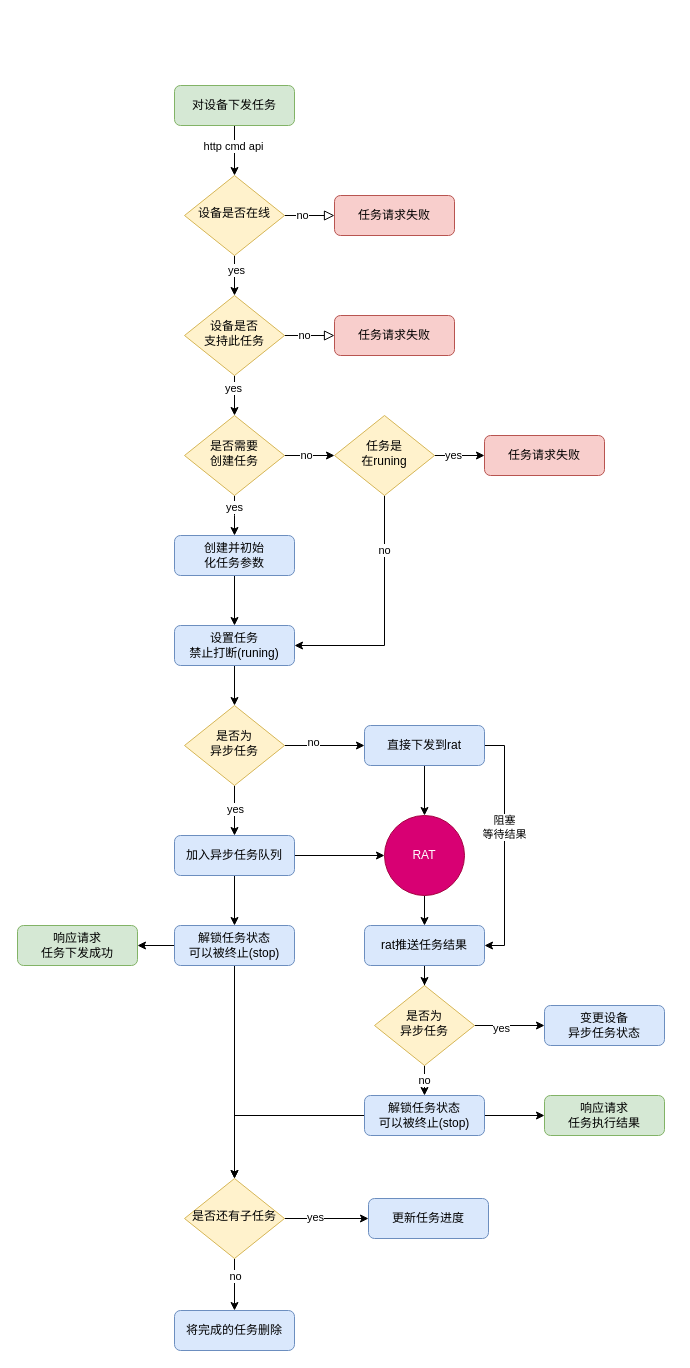
HeisenbergV/node keeps this draw.io diagram as draw/work/任务流程.drawio. Above is the earlier version. Source tidied: cells renumbered, new cells numbered last; positions are measured from the earlier drawing's top-left corner, leaving out a move shared by most shapes. Both pictures are drawn from the tidied source at 100%, with x=0, y=0 at pixel (17, 85).
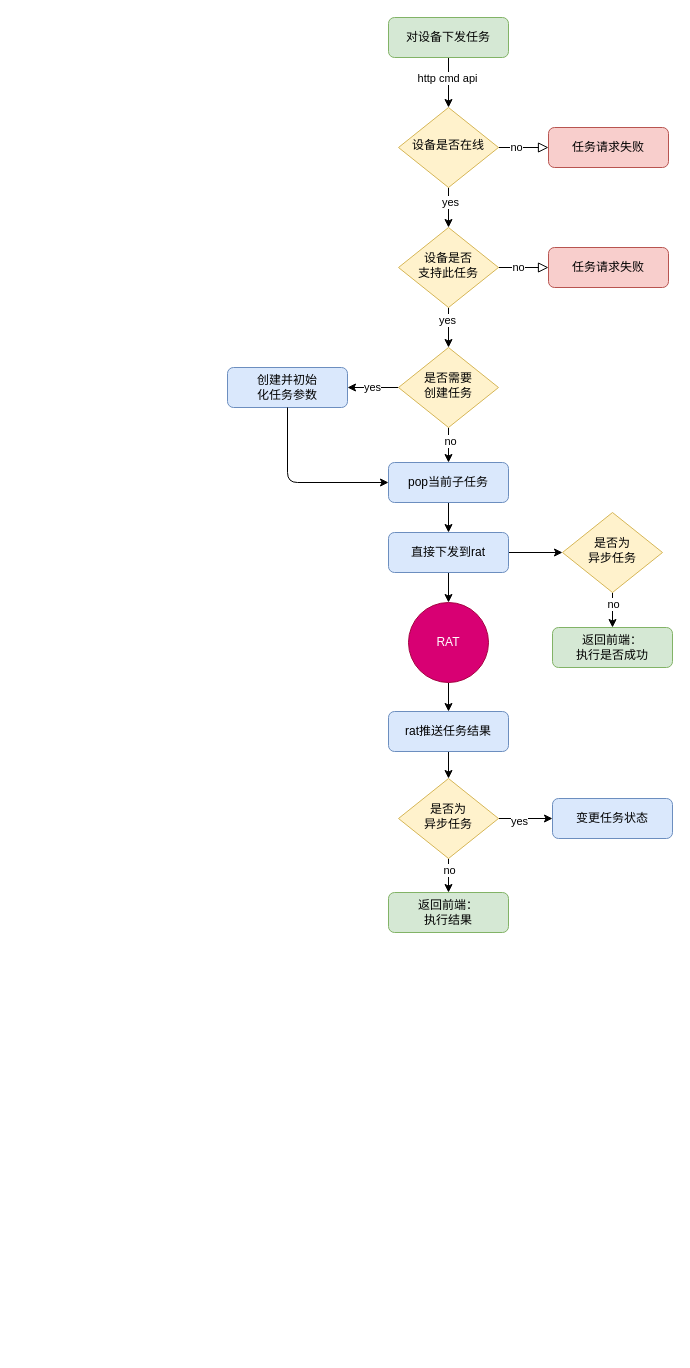
The same page after the edit.

Commit message:
更新任务流程.drawio

The edit, as a diff of the source:
```diff
@@
     <mxCell id="4" value="对设备下发任务" style="rounded=1;whiteSpace=wrap;html=1;fontSize=12;glass=0;strokeWidth=1;shadow=0;fillColor=#d5e8d4;strokeColor=#82b366;" parent="1" vertex="1">
-      <mxGeometry x="157" width="120" height="40" as="geometry" />
+      <mxGeometry x="371" y="-68" width="120" height="40" as="geometry" />
     </mxCell>
@@
     <mxCell id="9" value="设备是否在线" style="rhombus;whiteSpace=wrap;html=1;shadow=0;fontFamily=Helvetica;fontSize=12;align=center;strokeWidth=1;spacing=6;spacingTop=-4;fillColor=#fff2cc;strokeColor=#d6b656;" parent="1" vertex="1">
-      <mxGeometry x="167" y="90" width="100" height="80" as="geometry" />
+      <mxGeometry x="381" y="22" width="100" height="80" as="geometry" />
     </mxCell>
     <mxCell id="10" value="任务请求失败" style="rounded=1;whiteSpace=wrap;html=1;fontSize=12;glass=0;strokeWidth=1;shadow=0;fillColor=#f8cecc;strokeColor=#b85450;" parent="1" vertex="1">
-      <mxGeometry x="317" y="110" width="120" height="40" as="geometry" />
+      <mxGeometry x="531" y="42" width="120" height="40" as="geometry" />
     </mxCell>
@@
     <mxCell id="15" value="设备是否&lt;br&gt;支持此任务" style="rhombus;whiteSpace=wrap;html=1;shadow=0;fontFamily=Helvetica;fontSize=12;align=center;strokeWidth=1;spacing=6;spacingTop=-4;fillColor=#fff2cc;strokeColor=#d6b656;" parent="1" vertex="1">
-      <mxGeometry x="167" y="210" width="100" height="80" as="geometry" />
+      <mxGeometry x="381" y="142" width="100" height="80" as="geometry" />
     </mxCell>
     <mxCell id="16" value="任务请求失败" style="rounded=1;whiteSpace=wrap;html=1;fontSize=12;glass=0;strokeWidth=1;shadow=0;fillColor=#f8cecc;strokeColor=#b85450;" parent="1" vertex="1">
-      <mxGeometry x="317" y="230" width="120" height="40" as="geometry" />
+      <mxGeometry x="531" y="162" width="120" height="40" as="geometry" />
     </mxCell>
-    <mxCell id="17" style="edgeStyle=orthogonalEdgeStyle;rounded=0;jettySize=auto;html=1;" parent="1" edge="1" source="21">
-      <mxGeometry relative="1" as="geometry">
-        <mxPoint x="317" y="370" as="targetPoint" />
-      </mxGeometry>
-    </mxCell>
-    <mxCell id="18" value="no" style="edgeLabel;html=1;align=center;verticalAlign=middle;" parent="17" vertex="1">
-      <mxGeometry x="-0.16" y="1" relative="1" as="geometry" />
-    </mxCell>
-    <mxCell id="19" style="edgeStyle=orthogonalEdgeStyle;rounded=0;jettySize=auto;html=1;entryX=0.5;entryY=0;entryDx=0;entryDy=0;" parent="1" edge="1" source="21">
-      <mxGeometry relative="1" as="geometry">
-        <mxPoint x="217" y="450" as="targetPoint" />
-      </mxGeometry>
-    </mxCell>
-    <mxCell id="20" value="yes" style="edgeLabel;html=1;align=center;verticalAlign=middle;" parent="19" vertex="1">
-      <mxGeometry x="-0.45" y="-1" relative="1" as="geometry" />
-    </mxCell>
+    <mxCell id="68" style="edgeStyle=orthogonalEdgeStyle;rounded=0;jettySize=auto;html=1;entryX=0.5;entryY=0;entryDx=0;entryDy=0;" parent="1" edge="1" source="21" target="66">
+      <mxGeometry relative="1" as="geometry" />
+    </mxCell>
+    <mxCell id="69" value="no" style="edgeLabel;html=1;align=center;verticalAlign=middle;" parent="68" vertex="1">
+      <mxGeometry x="-0.42" y="1" relative="1" as="geometry" />
+    </mxCell>
+    <mxCell id="70" value="yes" style="edgeStyle=orthogonalEdgeStyle;rounded=0;jettySize=auto;html=1;entryX=1;entryY=0.5;entryDx=0;entryDy=0;" parent="1" edge="1" source="21" target="29">
+      <mxGeometry relative="1" as="geometry" />
+    </mxCell>
     <mxCell id="21" value="是否需要&lt;br&gt;创建任务" style="rhombus;whiteSpace=wrap;html=1;shadow=0;fontFamily=Helvetica;fontSize=12;align=center;strokeWidth=1;spacing=6;spacingTop=-4;fillColor=#fff2cc;strokeColor=#d6b656;" parent="1" vertex="1">
-      <mxGeometry x="167" y="330" width="100" height="80" as="geometry" />
+      <mxGeometry x="381" y="262" width="100" height="80" as="geometry" />
     </mxCell>
-    <mxCell id="22" style="edgeStyle=orthogonalEdgeStyle;rounded=0;jettySize=auto;html=1;" parent="1" edge="1" source="26">
-      <mxGeometry relative="1" as="geometry">
-        <mxPoint x="467" y="370" as="targetPoint" />
-      </mxGeometry>
-    </mxCell>
-    <mxCell id="23" value="yes" style="edgeLabel;html=1;align=center;verticalAlign=middle;" parent="22" vertex="1">
-      <mxGeometry x="-0.28" y="1" relative="1" as="geometry" />
-    </mxCell>
-    <mxCell id="24" style="edgeStyle=orthogonalEdgeStyle;rounded=0;jettySize=auto;html=1;entryX=1;entryY=0.5;entryDx=0;entryDy=0;" parent="1" edge="1" source="26" target="31">
-      <mxGeometry relative="1" as="geometry">
-        <Array as="points">
-          <mxPoint x="367" y="560" />
-        </Array>
-      </mxGeometry>
-    </mxCell>
-    <mxCell id="25" value="no" style="edgeLabel;html=1;align=center;verticalAlign=middle;" parent="24" vertex="1">
-      <mxGeometry x="-0.55" y="-1" relative="1" as="geometry" />
-    </mxCell>
-    <mxCell id="26" value="任务是&lt;br&gt;在runing&lt;br&gt;" style="rhombus;whiteSpace=wrap;html=1;shadow=0;fontFamily=Helvetica;fontSize=12;align=center;strokeWidth=1;spacing=6;spacingTop=-4;fillColor=#fff2cc;strokeColor=#d6b656;" parent="1" vertex="1">
-      <mxGeometry x="317" y="330" width="100" height="80" as="geometry" />
-    </mxCell>
-    <mxCell id="27" value="任务请求失败" style="rounded=1;whiteSpace=wrap;html=1;fontSize=12;glass=0;strokeWidth=1;shadow=0;fillColor=#f8cecc;strokeColor=#b85450;" parent="1" vertex="1">
-      <mxGeometry x="467" y="350" width="120" height="40" as="geometry" />
-    </mxCell>
-    <mxCell id="28" style="edgeStyle=orthogonalEdgeStyle;rounded=0;jettySize=auto;html=1;entryX=0.5;entryY=0;entryDx=0;entryDy=0;" parent="1" edge="1" source="29" target="31">
-      <mxGeometry relative="1" as="geometry" />
-    </mxCell>
     <mxCell id="29" value="创建并初始&lt;br&gt;化任务参数" style="rounded=1;whiteSpace=wrap;html=1;fontSize=12;glass=0;strokeWidth=1;shadow=0;fillColor=#dae8fc;strokeColor=#6c8ebf;" parent="1" vertex="1">
-      <mxGeometry x="157" y="450" width="120" height="40" as="geometry" />
+      <mxGeometry x="210" y="282" width="120" height="40" as="geometry" />
     </mxCell>
-    <mxCell id="30" style="edgeStyle=orthogonalEdgeStyle;rounded=0;jettySize=auto;html=1;entryX=0.5;entryY=0;entryDx=0;entryDy=0;" parent="1" edge="1" source="31" target="43">
-      <mxGeometry relative="1" as="geometry" />
-    </mxCell>
-    <mxCell id="31" value="设置任务&lt;br&gt;禁止打断(runing)" style="rounded=1;whiteSpace=wrap;html=1;fontSize=12;glass=0;strokeWidth=1;shadow=0;fillColor=#dae8fc;strokeColor=#6c8ebf;" parent="1" vertex="1">
-      <mxGeometry x="157" y="540" width="120" height="40" as="geometry" />
-    </mxCell>
-    <mxCell id="32" style="edgeStyle=orthogonalEdgeStyle;rounded=0;jettySize=auto;html=1;entryX=0.5;entryY=0;entryDx=0;entryDy=0;" parent="1" edge="1" source="33" target="55">
+    <mxCell id="32" style="edgeStyle=orthogonalEdgeStyle;rounded=0;jettySize=auto;html=1;" parent="1" edge="1" source="33" target="55">
       <mxGeometry relative="1" as="geometry" />
     </mxCell>
     <mxCell id="33" value="rat推送任务结果" style="rounded=1;whiteSpace=wrap;html=1;fontSize=12;glass=0;strokeWidth=1;shadow=0;fillColor=#dae8fc;strokeColor=#6c8ebf;" parent="1" vertex="1">
-      <mxGeometry x="347" y="840" width="120" height="40" as="geometry" />
+      <mxGeometry x="371" y="626" width="120" height="40" as="geometry" />
     </mxCell>
-    <mxCell id="34" style="edgeStyle=orthogonalEdgeStyle;rounded=0;jettySize=auto;html=1;entryX=0;entryY=0.5;entryDx=0;entryDy=0;" parent="1" edge="1" source="36" target="38">
-      <mxGeometry relative="1" as="geometry" />
-    </mxCell>
-    <mxCell id="35" style="edgeStyle=orthogonalEdgeStyle;rounded=0;jettySize=auto;html=1;entryX=0.5;entryY=0;entryDx=0;entryDy=0;" parent="1" edge="1" source="36" target="51">
-      <mxGeometry relative="1" as="geometry" />
-    </mxCell>
-    <mxCell id="36" value="加入异步任务队列" style="rounded=1;whiteSpace=wrap;html=1;fontSize=12;glass=0;strokeWidth=1;shadow=0;fillColor=#dae8fc;strokeColor=#6c8ebf;" parent="1" vertex="1">
-      <mxGeometry x="157" y="750" width="120" height="40" as="geometry" />
-    </mxCell>
@@
     <mxCell id="38" value="RAT" style="ellipse;whiteSpace=wrap;html=1;fillColor=#d80073;strokeColor=#A50040;fontColor=#ffffff;" parent="1" vertex="1">
-      <mxGeometry x="367" y="730" width="80" height="80" as="geometry" />
+      <mxGeometry x="391" y="517" width="80" height="80" as="geometry" />
     </mxCell>
-    <mxCell id="39" style="edgeStyle=orthogonalEdgeStyle;rounded=0;jettySize=auto;html=1;entryX=0.5;entryY=0;entryDx=0;entryDy=0;" parent="1" edge="1" source="43" target="36">
-      <mxGeometry relative="1" as="geometry" />
-    </mxCell>
-    <mxCell id="40" value="yes" style="edgeLabel;html=1;align=center;verticalAlign=middle;" parent="39" vertex="1">
-      <mxGeometry x="-0.1" relative="1" as="geometry" />
-    </mxCell>
-    <mxCell id="41" style="edgeStyle=orthogonalEdgeStyle;rounded=0;jettySize=auto;html=1;entryX=0;entryY=0.5;entryDx=0;entryDy=0;" parent="1" edge="1" source="43" target="48">
-      <mxGeometry relative="1" as="geometry" />
-    </mxCell>
-    <mxCell id="42" value="no" style="edgeLabel;html=1;align=center;verticalAlign=middle;" parent="41" vertex="1">
-      <mxGeometry x="-0.3" y="4" relative="1" as="geometry" />
-    </mxCell>
-    <mxCell id="43" value="是否为&lt;br&gt;异步任务" style="rhombus;whiteSpace=wrap;html=1;shadow=0;fontFamily=Helvetica;fontSize=12;align=center;strokeWidth=1;spacing=6;spacingTop=-4;fillColor=#fff2cc;strokeColor=#d6b656;" parent="1" vertex="1">
-      <mxGeometry x="167" y="620" width="100" height="80" as="geometry" />
-    </mxCell>
-    <mxCell id="44" value="响应请求&lt;br&gt;任务下发成功" style="rounded=1;whiteSpace=wrap;html=1;fontSize=12;glass=0;strokeWidth=1;shadow=0;fillColor=#d5e8d4;strokeColor=#82b366;" parent="1" vertex="1">
-      <mxGeometry y="840" width="120" height="40" as="geometry" />
+    <mxCell id="44" value="返回前端：&lt;br&gt;执行是否成功" style="rounded=1;whiteSpace=wrap;html=1;fontSize=12;glass=0;strokeWidth=1;shadow=0;fillColor=#d5e8d4;strokeColor=#82b366;" parent="1" vertex="1">
+      <mxGeometry x="535" y="542" width="120" height="40" as="geometry" />
     </mxCell>
@@
-    <mxCell id="46" style="edgeStyle=orthogonalEdgeStyle;rounded=0;jettySize=auto;html=1;entryX=1;entryY=0.5;entryDx=0;entryDy=0;" parent="1" edge="1" source="48" target="33">
-      <mxGeometry relative="1" as="geometry">
-        <Array as="points">
-          <mxPoint x="487" y="660" />
-          <mxPoint x="487" y="860" />
-        </Array>
-      </mxGeometry>
-    </mxCell>
-    <mxCell id="47" value="阻塞&lt;br&gt;等待结果" style="edgeLabel;html=1;align=center;verticalAlign=middle;" parent="46" vertex="1">
-      <mxGeometry x="-0.16" y="-1" relative="1" as="geometry" />
-    </mxCell>
+    <mxCell id="71" style="edgeStyle=orthogonalEdgeStyle;rounded=0;jettySize=auto;html=1;entryX=0;entryY=0.5;entryDx=0;entryDy=0;" parent="1" edge="1" source="48" target="43">
+      <mxGeometry relative="1" as="geometry" />
+    </mxCell>
     <mxCell id="48" value="直接下发到rat" style="rounded=1;whiteSpace=wrap;html=1;fontSize=12;glass=0;strokeWidth=1;shadow=0;fillColor=#dae8fc;strokeColor=#6c8ebf;" parent="1" vertex="1">
-      <mxGeometry x="347" y="640" width="120" height="40" as="geometry" />
+      <mxGeometry x="371" y="447" width="120" height="40" as="geometry" />
     </mxCell>
-    <mxCell id="49" style="edgeStyle=orthogonalEdgeStyle;rounded=0;jettySize=auto;html=1;entryX=1;entryY=0.5;entryDx=0;entryDy=0;" parent="1" edge="1" source="51" target="44">
-      <mxGeometry relative="1" as="geometry" />
-    </mxCell>
-    <mxCell id="50" style="edgeStyle=orthogonalEdgeStyle;rounded=0;jettySize=auto;html=1;entryX=0.5;entryY=0;entryDx=0;entryDy=0;" parent="1" edge="1" source="51" target="65">
-      <mxGeometry relative="1" as="geometry" />
-    </mxCell>
-    <mxCell id="51" value="解锁任务状态&lt;br&gt;可以被终止(stop)" style="rounded=1;whiteSpace=wrap;html=1;fontSize=12;glass=0;strokeWidth=1;shadow=0;fillColor=#dae8fc;strokeColor=#6c8ebf;" parent="1" vertex="1">
-      <mxGeometry x="157" y="840" width="120" height="40" as="geometry" />
-    </mxCell>
-    <mxCell id="52" value="no" style="edgeStyle=orthogonalEdgeStyle;rounded=0;jettySize=auto;html=1;exitX=0.5;exitY=1;exitDx=0;exitDy=0;entryX=0.5;entryY=0;entryDx=0;entryDy=0;" parent="1" edge="1" source="55" target="58">
-      <mxGeometry relative="1" as="geometry" />
-    </mxCell>
@@
+    <mxCell id="72" style="edgeStyle=orthogonalEdgeStyle;rounded=0;jettySize=auto;html=1;exitX=0.5;exitY=1;exitDx=0;exitDy=0;entryX=0.5;entryY=0;entryDx=0;entryDy=0;" parent="1" edge="1" source="55" target="59">
+      <mxGeometry relative="1" as="geometry" />
+    </mxCell>
+    <mxCell id="73" value="no" style="edgeLabel;html=1;align=center;verticalAlign=middle;" parent="72" vertex="1">
+      <mxGeometry x="-0.35" relative="1" as="geometry" />
+    </mxCell>
     <mxCell id="55" value="是否为&lt;br&gt;异步任务" style="rhombus;whiteSpace=wrap;html=1;shadow=0;fontFamily=Helvetica;fontSize=12;align=center;strokeWidth=1;spacing=6;spacingTop=-4;fillColor=#fff2cc;strokeColor=#d6b656;" parent="1" vertex="1">
-      <mxGeometry x="357" y="900" width="100" height="80" as="geometry" />
+      <mxGeometry x="381" y="693" width="100" height="80" as="geometry" />
     </mxCell>
-    <mxCell id="56" style="edgeStyle=orthogonalEdgeStyle;rounded=0;jettySize=auto;html=1;entryX=0;entryY=0.5;entryDx=0;entryDy=0;" parent="1" edge="1" source="58" target="59">
-      <mxGeometry relative="1" as="geometry" />
-    </mxCell>
-    <mxCell id="57" style="edgeStyle=orthogonalEdgeStyle;rounded=0;jettySize=auto;html=1;entryX=0.5;entryY=0;entryDx=0;entryDy=0;" parent="1" edge="1" source="58" target="65">
-      <mxGeometry relative="1" as="geometry" />
-    </mxCell>
-    <mxCell id="58" value="解锁任务状态&lt;br&gt;可以被终止(stop)" style="rounded=1;whiteSpace=wrap;html=1;fontSize=12;glass=0;strokeWidth=1;shadow=0;fillColor=#dae8fc;strokeColor=#6c8ebf;" parent="1" vertex="1">
-      <mxGeometry x="347" y="1010" width="120" height="40" as="geometry" />
-    </mxCell>
-    <mxCell id="59" value="响应请求&lt;br&gt;任务执行结果" style="rounded=1;whiteSpace=wrap;html=1;fontSize=12;glass=0;strokeWidth=1;shadow=0;fillColor=#d5e8d4;strokeColor=#82b366;" parent="1" vertex="1">
-      <mxGeometry x="527" y="1010" width="120" height="40" as="geometry" />
+    <mxCell id="59" value="返回前端：&lt;br&gt;执行结果" style="rounded=1;whiteSpace=wrap;html=1;fontSize=12;glass=0;strokeWidth=1;shadow=0;fillColor=#d5e8d4;strokeColor=#82b366;" parent="1" vertex="1">
+      <mxGeometry x="371" y="807" width="120" height="40" as="geometry" />
     </mxCell>
-    <mxCell id="60" value="变更设备&lt;br&gt;异步任务状态" style="rounded=1;whiteSpace=wrap;html=1;fontSize=12;glass=0;strokeWidth=1;shadow=0;fillColor=#dae8fc;strokeColor=#6c8ebf;" parent="1" vertex="1">
-      <mxGeometry x="527" y="920" width="120" height="40" as="geometry" />
+    <mxCell id="60" value="变更任务状态" style="rounded=1;whiteSpace=wrap;html=1;fontSize=12;glass=0;strokeWidth=1;shadow=0;fillColor=#dae8fc;strokeColor=#6c8ebf;" parent="1" vertex="1">
+      <mxGeometry x="535" y="713" width="120" height="40" as="geometry" />
     </mxCell>
-    <mxCell id="61" style="edgeStyle=orthogonalEdgeStyle;rounded=0;jettySize=auto;html=1;entryX=0;entryY=0.5;entryDx=0;entryDy=0;" parent="1" edge="1" source="65" target="66">
-      <mxGeometry relative="1" as="geometry" />
-    </mxCell>
-    <mxCell id="62" value="yes" style="edgeLabel;html=1;align=center;verticalAlign=middle;" parent="61" vertex="1">
-      <mxGeometry x="-0.29" y="2" relative="1" as="geometry" />
-    </mxCell>
-    <mxCell id="63" style="edgeStyle=orthogonalEdgeStyle;rounded=0;jettySize=auto;html=1;" parent="1" edge="1" source="65" target="67">
-      <mxGeometry relative="1" as="geometry" />
-    </mxCell>
-    <mxCell id="64" value="no" style="edgeLabel;html=1;align=center;verticalAlign=middle;" parent="63" vertex="1">
-      <mxGeometry x="-0.35" relative="1" as="geometry" />
-    </mxCell>
-    <mxCell id="65" value="是否还有子任务" style="rhombus;whiteSpace=wrap;html=1;shadow=0;fontFamily=Helvetica;fontSize=12;align=center;strokeWidth=1;spacing=6;spacingTop=-4;fillColor=#fff2cc;strokeColor=#d6b656;" parent="1" vertex="1">
-      <mxGeometry x="167" y="1093" width="100" height="80" as="geometry" />
-    </mxCell>
+    <mxCell id="74" style="edgeStyle=orthogonalEdgeStyle;rounded=0;jettySize=auto;html=1;entryX=0.5;entryY=0;entryDx=0;entryDy=0;" parent="1" edge="1" source="66" target="48">
+      <mxGeometry relative="1" as="geometry" />
+    </mxCell>
-    <mxCell id="66" value="更新任务进度" style="rounded=1;whiteSpace=wrap;html=1;fontSize=12;glass=0;strokeWidth=1;shadow=0;fillColor=#dae8fc;strokeColor=#6c8ebf;" parent="1" vertex="1">
-      <mxGeometry x="351" y="1113" width="120" height="40" as="geometry" />
+    <mxCell id="66" value="pop当前子任务" style="rounded=1;whiteSpace=wrap;html=1;fontSize=12;glass=0;strokeWidth=1;shadow=0;fillColor=#dae8fc;strokeColor=#6c8ebf;" parent="1" vertex="1">
+      <mxGeometry x="371" y="377" width="120" height="40" as="geometry" />
     </mxCell>
-    <mxCell id="67" value="将完成的任务删除" style="rounded=1;whiteSpace=wrap;html=1;fontSize=12;glass=0;strokeWidth=1;shadow=0;fillColor=#dae8fc;strokeColor=#6c8ebf;" parent="1" vertex="1">
-      <mxGeometry x="157" y="1225" width="120" height="40" as="geometry" />
-    </mxCell>
+    <mxCell id="75" style="edgeStyle=orthogonalEdgeStyle;rounded=0;jettySize=auto;html=1;entryX=0.5;entryY=0;entryDx=0;entryDy=0;" parent="1" edge="1" source="43" target="44">
+      <mxGeometry relative="1" as="geometry" />
+    </mxCell>
+    <mxCell id="76" value="no" style="edgeLabel;html=1;align=center;verticalAlign=middle;" parent="75" vertex="1">
+      <mxGeometry x="-0.51" relative="1" as="geometry" />
+    </mxCell>
+    <mxCell id="43" value="是否为&lt;br&gt;异步任务" style="rhombus;whiteSpace=wrap;html=1;shadow=0;fontFamily=Helvetica;fontSize=12;align=center;strokeWidth=1;spacing=6;spacingTop=-4;fillColor=#fff2cc;strokeColor=#d6b656;" parent="1" vertex="1">
+      <mxGeometry x="545" y="427" width="100" height="80" as="geometry" />
+    </mxCell>
+    <mxCell id="77" style="endArrow=classic;html=1;exitX=0.5;exitY=1;exitDx=0;exitDy=0;entryX=0;entryY=0.5;entryDx=0;entryDy=0;" parent="1" edge="1" source="29" target="66">
+      <mxGeometry relative="1" as="geometry">
+        <Array as="points">
+          <mxPoint x="270" y="397" />
+        </Array>
+      </mxGeometry>
+    </mxCell>
```
